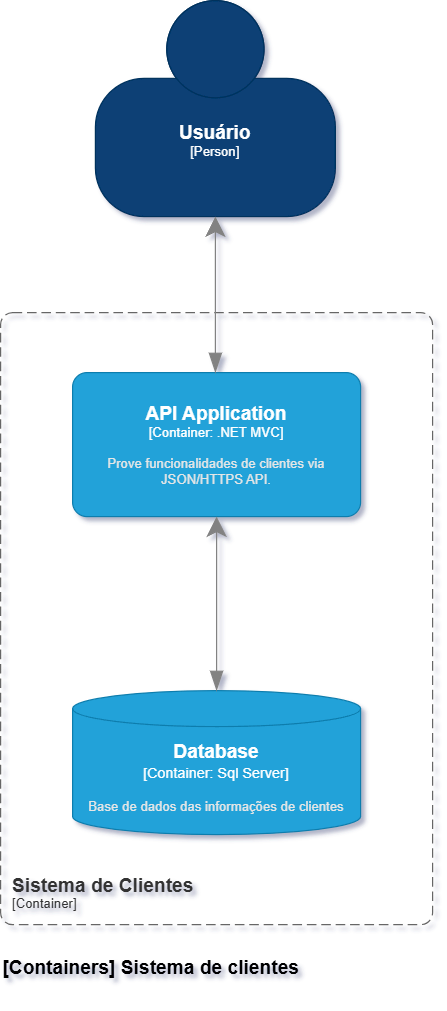
Above: src/Diagramas/Diagramas exportados em imagem/Container Diagram.drawio.png in ViniciusHerculano/ASF-XPE-DesafioFinal (draw.io), before the change. Source tidied: cells renumbered, new cells last; positions are measured from the earlier drawing's top-left corner, leaving out a move shared by most shapes. Source of this version:
```xml
<mxGraphModel>
  <root>
    <mxCell id="0" />
    <mxCell id="1" parent="0" />
    <object id="2" label="&lt;font style=&quot;font-size: 16px&quot;&gt;&lt;b&gt;%c4Name%&lt;/b&gt;&lt;/font&gt;&lt;div&gt;[%c4Type%]&lt;/div&gt;&lt;br&gt;&lt;div&gt;&lt;font style=&quot;font-size: 11px&quot;&gt;&lt;font color=&quot;#cccccc&quot;&gt;%c4Description%&lt;/font&gt;&lt;/div&gt;" c4Description="" c4Name="Usuário" c4Type="Person" placeholders="1">
      <mxCell style="html=1;fontSize=11;dashed=0;whiteSpace=wrap;fillColor=#083F75;strokeColor=#06315C;fontColor=#ffffff;shape=mxgraph.c4.person2;align=center;points=[[0.5,0,0],[1,0.5,0],[1,0.75,0],[0.75,1,0],[0.5,1,0],[0.25,1,0],[0,0.75,0],[0,0.5,0]];" parent="1" vertex="1">
        <mxGeometry x="79" width="200" height="180" as="geometry" />
      </mxCell>
    </object>
    <object id="3" label="&lt;font style=&quot;font-size: 16px&quot;&gt;&lt;b&gt;&lt;div style=&quot;text-align: left&quot;&gt;%c4Name%&lt;/div&gt;&lt;/b&gt;&lt;/font&gt;&lt;div style=&quot;text-align: left&quot;&gt;[%c4Application%]&lt;/div&gt;" c4Application="Container" c4Name="Sistema de Clientes" c4Type="ContainerScopeBoundary" placeholders="1">
      <mxCell style="rounded=1;fontSize=11;whiteSpace=wrap;html=1;dashed=1;arcSize=20;fillColor=none;strokeColor=#666666;fontColor=#333333;labelBackgroundColor=none;align=left;verticalAlign=bottom;labelBorderColor=none;spacingTop=0;spacing=10;dashPattern=8 4;perimeter=rectanglePerimeter;noLabel=0;labelPadding=0;absoluteArcSize=1;" parent="1" vertex="1">
        <mxGeometry y="260" width="360" height="510" as="geometry" />
      </mxCell>
    </object>
    <object id="4" label="&lt;font style=&quot;font-size: 16px&quot;&gt;&lt;b&gt;%c4Name%&lt;/b&gt;&lt;/font&gt;&lt;div&gt;[%c4Type%: %c4Technology%]&lt;/div&gt;&lt;br&gt;&lt;div&gt;&lt;font style=&quot;font-size: 11px&quot;&gt;&lt;font color=&quot;#E6E6E6&quot;&gt;%c4Description%&lt;/font&gt;&lt;/div&gt;" c4Description="Prove funcionalidades de clientes via JSON/HTTPS API." c4Name="API Application" c4Technology=".NET MVC" c4Type="Container" placeholders="1">
      <mxCell style="rounded=1;whiteSpace=wrap;html=1;fontSize=11;labelBackgroundColor=none;fillColor=#23A2D9;fontColor=#ffffff;align=center;arcSize=10;strokeColor=#0E7DAD;points=[[0.25,0,0],[0.5,0,0],[0.75,0,0],[1,0.25,0],[1,0.5,0],[1,0.75,0],[0.75,1,0],[0.5,1,0],[0.25,1,0],[0,0.75,0],[0,0.5,0],[0,0.25,0]];" parent="1" vertex="1">
        <mxGeometry x="60" y="310" width="240" height="120" as="geometry" />
      </mxCell>
    </object>
    <object id="5" label="&lt;font style=&quot;font-size: 16px&quot;&gt;&lt;b&gt;%c4Name%&lt;/b&gt;&lt;/font&gt;&lt;div&gt;[%c4Type%:&amp;nbsp;%c4Technology%]&lt;/div&gt;&lt;br&gt;&lt;div&gt;&lt;font style=&quot;font-size: 11px&quot;&gt;&lt;font color=&quot;#E6E6E6&quot;&gt;%c4Description%&lt;/font&gt;&lt;/div&gt;" c4Description="Base de dados das informações de clientes" c4Name="Database" c4Technology="Sql Server" c4Type="Container" placeholders="1">
      <mxCell style="shape=cylinder3;size=15;whiteSpace=wrap;html=1;boundedLbl=1;rounded=0;labelBackgroundColor=none;fillColor=#23A2D9;fontSize=12;fontColor=#ffffff;align=center;strokeColor=#0E7DAD;points=[[0.5,0,0],[1,0.25,0],[1,0.5,0],[1,0.75,0],[0.5,1,0],[0,0.75,0],[0,0.5,0],[0,0.25,0]];" parent="1" vertex="1">
        <mxGeometry x="60" y="575" width="240" height="120" as="geometry" />
      </mxCell>
    </object>
    <object id="6" label="" c4Type="Relationship" placeholders="1">
      <mxCell style="endArrow=blockThin;html=1;fontSize=10;fontColor=#404040;strokeWidth=1;endFill=1;strokeColor=#828282;elbow=vertical;endSize=14;startSize=14;jumpStyle=arc;jumpSize=16;rounded=0;edgeStyle=orthogonalEdgeStyle;exitX=0.5;exitY=1;exitDx=0;exitDy=0;exitPerimeter=0;startArrow=classic;startFill=1;" parent="1" edge="1" source="2">
        <mxGeometry relative="1" as="geometry">
          <mxPoint x="179" y="310" as="targetPoint" />
        </mxGeometry>
      </mxCell>
    </object>
    <object id="7" label="" c4Type="Relationship" placeholders="1">
      <mxCell style="endArrow=blockThin;html=1;fontSize=10;fontColor=#404040;strokeWidth=1;endFill=1;strokeColor=#828282;elbow=vertical;endSize=14;startSize=14;jumpStyle=arc;jumpSize=16;rounded=0;edgeStyle=orthogonalEdgeStyle;exitX=0.5;exitY=1;exitDx=0;exitDy=0;exitPerimeter=0;entryX=0.5;entryY=0;entryDx=0;entryDy=0;entryPerimeter=0;startArrow=classic;startFill=1;" parent="1" edge="1" source="4" target="5">
        <mxGeometry relative="1" as="geometry" />
      </mxCell>
    </object>
    <object id="8" label="&lt;font style=&quot;font-size: 16px&quot;&gt;&lt;b&gt;&lt;div style=&quot;text-align: left&quot;&gt;%c4Name%&lt;/div&gt;&lt;/b&gt;&lt;/font&gt;&lt;div style=&quot;text-align: left&quot;&gt;%c4Description%&lt;/div&gt;" c4Description="" c4Name="[Containers] Sistema de clientes" c4Type="ContainerDiagramTitle" placeholders="1">
      <mxCell style="text;html=1;strokeColor=none;fillColor=none;align=left;verticalAlign=top;whiteSpace=wrap;rounded=0;" parent="1" vertex="1">
        <mxGeometry y="790" width="260" height="40" as="geometry" />
      </mxCell>
    </object>
  </root>
</mxGraphModel>
```
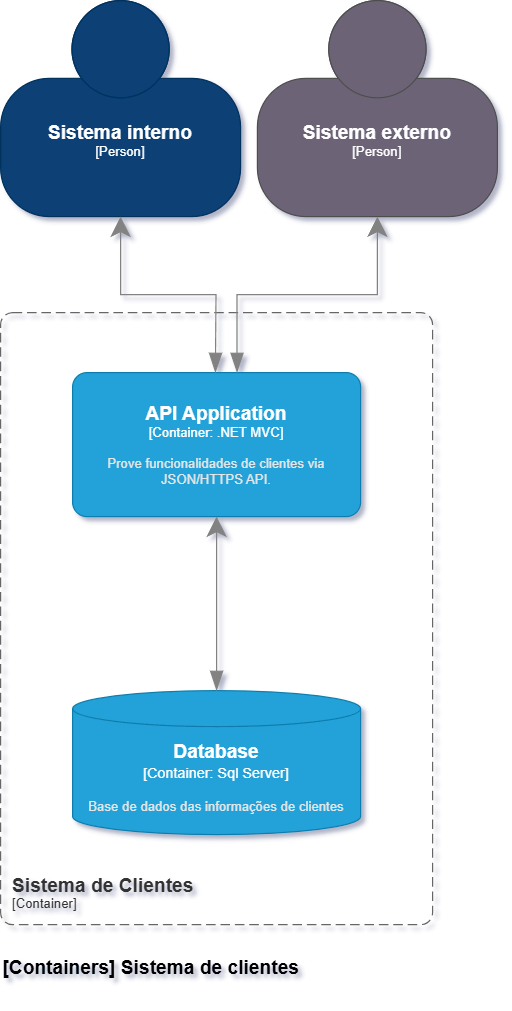
After the commit.

Commit message:
Atualizado diagramas

The edit, as a diff of the source:
```diff
@@ -2,9 +2,9 @@
   <root>
     <mxCell id="0" />
     <mxCell id="1" parent="0" />
-    <object id="2" label="&lt;font style=&quot;font-size: 16px&quot;&gt;&lt;b&gt;%c4Name%&lt;/b&gt;&lt;/font&gt;&lt;div&gt;[%c4Type%]&lt;/div&gt;&lt;br&gt;&lt;div&gt;&lt;font style=&quot;font-size: 11px&quot;&gt;&lt;font color=&quot;#cccccc&quot;&gt;%c4Description%&lt;/font&gt;&lt;/div&gt;" c4Description="" c4Name="Usuário" c4Type="Person" placeholders="1">
+    <object id="2" label="&lt;font style=&quot;font-size: 16px&quot;&gt;&lt;b&gt;%c4Name%&lt;/b&gt;&lt;/font&gt;&lt;div&gt;[%c4Type%]&lt;/div&gt;&lt;br&gt;&lt;div&gt;&lt;font style=&quot;font-size: 11px&quot;&gt;&lt;font color=&quot;#cccccc&quot;&gt;%c4Description%&lt;/font&gt;&lt;/div&gt;" c4Description="" c4Name="Sistema interno" c4Type="Person" placeholders="1">
       <mxCell style="html=1;fontSize=11;dashed=0;whiteSpace=wrap;fillColor=#083F75;strokeColor=#06315C;fontColor=#ffffff;shape=mxgraph.c4.person2;align=center;points=[[0.5,0,0],[1,0.5,0],[1,0.75,0],[0.75,1,0],[0.5,1,0],[0.25,1,0],[0,0.75,0],[0,0.5,0]];" parent="1" vertex="1">
-        <mxGeometry x="79" width="200" height="180" as="geometry" />
+        <mxGeometry width="200" height="180" as="geometry" />
       </mxCell>
     </object>
     <object id="3" label="&lt;font style=&quot;font-size: 16px&quot;&gt;&lt;b&gt;&lt;div style=&quot;text-align: left&quot;&gt;%c4Name%&lt;/div&gt;&lt;/b&gt;&lt;/font&gt;&lt;div style=&quot;text-align: left&quot;&gt;[%c4Application%]&lt;/div&gt;" c4Application="Container" c4Name="Sistema de Clientes" c4Type="ContainerScopeBoundary" placeholders="1">
@@ -39,5 +39,15 @@
         <mxGeometry y="790" width="260" height="40" as="geometry" />
       </mxCell>
     </object>
+    <object id="9" label="&lt;font style=&quot;font-size: 16px&quot;&gt;&lt;b&gt;%c4Name%&lt;/b&gt;&lt;/font&gt;&lt;div&gt;[%c4Type%]&lt;/div&gt;&lt;br&gt;&lt;div&gt;&lt;font style=&quot;font-size: 11px&quot;&gt;&lt;font color=&quot;#cccccc&quot;&gt;%c4Description%&lt;/font&gt;&lt;/div&gt;" c4Description="" c4Name="Sistema externo" c4Type="Person" placeholders="1">
+      <mxCell style="html=1;fontSize=11;dashed=0;whiteSpace=wrap;fillColor=#6C6477;strokeColor=#4D4D4D;fontColor=#ffffff;shape=mxgraph.c4.person2;align=center;points=[[0.5,0,0],[1,0.5,0],[1,0.75,0],[0.75,1,0],[0.5,1,0],[0.25,1,0],[0,0.75,0],[0,0.5,0]];" parent="1" vertex="1">
+        <mxGeometry x="214" width="200" height="180" as="geometry" />
+      </mxCell>
+    </object>
+    <object id="10" label="" c4Type="Relationship" placeholders="1">
+      <mxCell style="endArrow=blockThin;html=1;fontSize=10;fontColor=#404040;strokeWidth=1;endFill=1;strokeColor=#828282;elbow=vertical;endSize=14;startSize=14;jumpStyle=arc;jumpSize=16;rounded=0;edgeStyle=orthogonalEdgeStyle;exitX=0.5;exitY=1;exitDx=0;exitDy=0;exitPerimeter=0;startArrow=classic;startFill=1;entryX=0.571;entryY=0;entryDx=0;entryDy=0;entryPerimeter=0;" parent="1" edge="1" source="9" target="4">
+        <mxGeometry relative="1" as="geometry" />
+      </mxCell>
+    </object>
   </root>
 </mxGraphModel>
```
